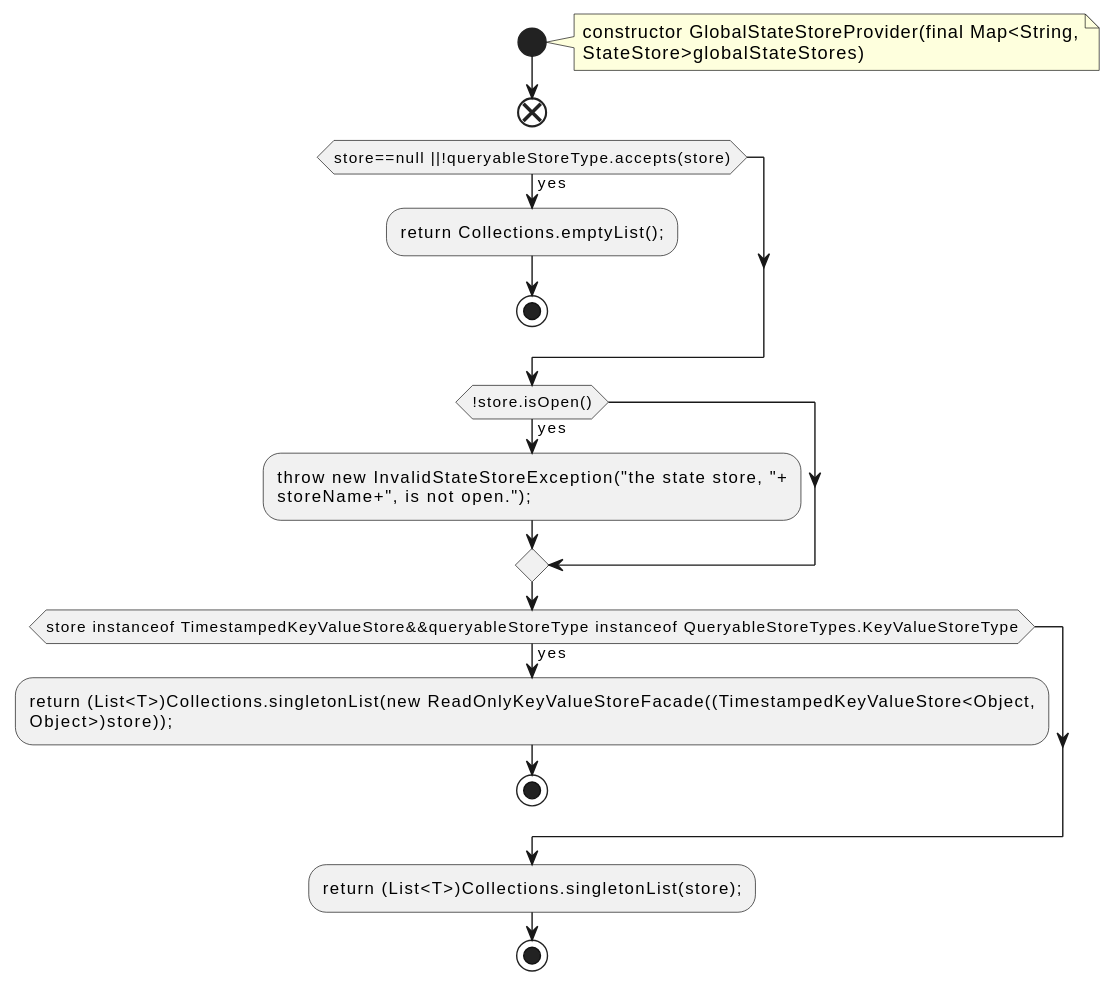
The PlantUML diagram docs/qc/streams/src/main/java/org/apache/kafka/streams/state/internals/GlobalStateStoreProvider.java.fct.svg in qualitesys/kafka, before a commit.
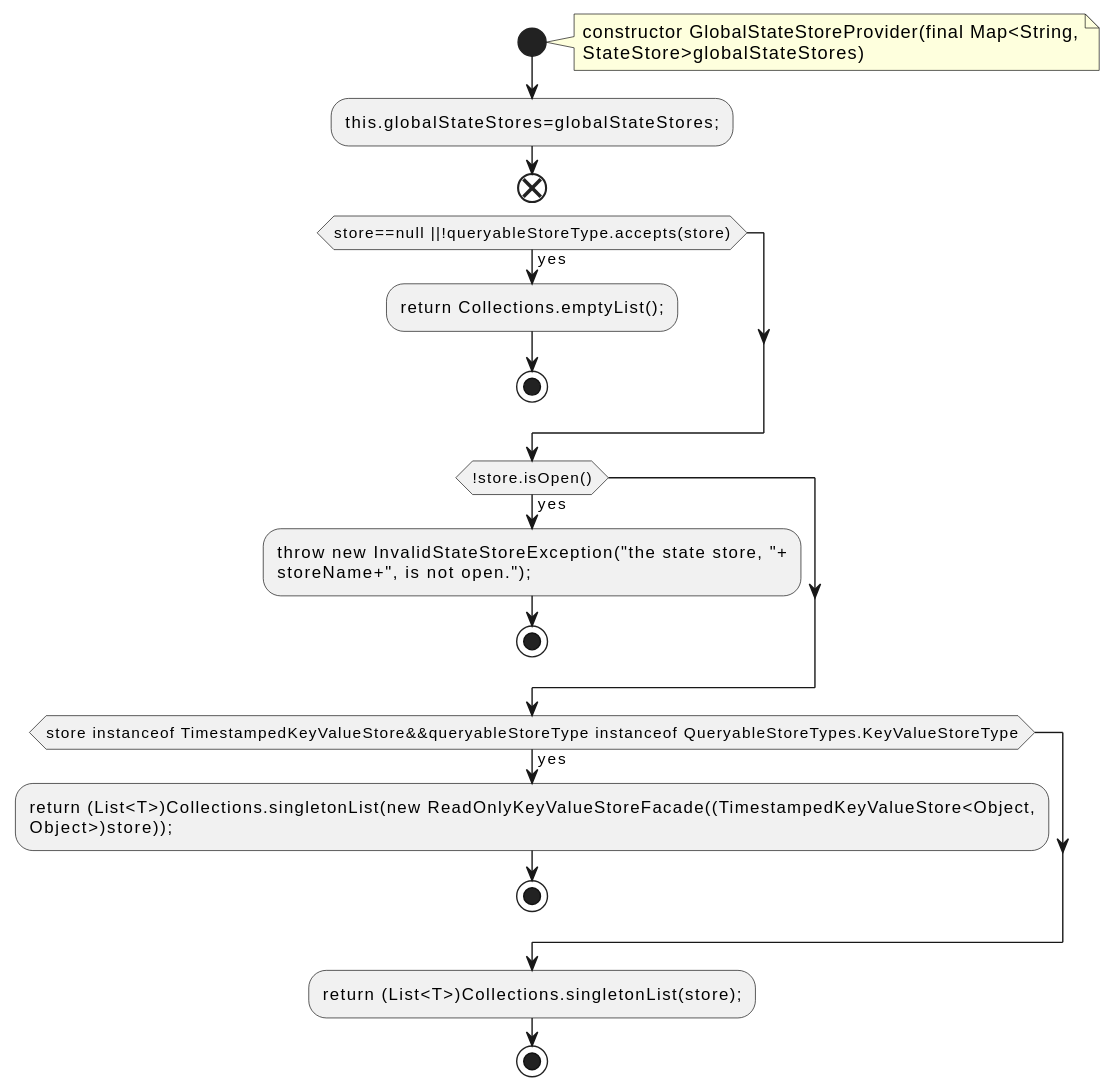
After the change.

What changed in the source:
```diff
@@ -5,6 +5,7 @@
 constructor GlobalStateStoreProvider(final Map<String,
 StateStore>globalStateStores)
 end note
+:this.globalStateStores=globalStateStores;;
 end
 if (store==null ||!queryableStoreType.accepts(store)) then (yes)
 :return Collections.emptyList();;
@@ -13,6 +14,7 @@
 if (!store.isOpen()) then (yes)
 :throw new InvalidStateStoreException("the state store, "+
 storeName+", is not open.");;
+stop
 endif
 if (store instanceof TimestampedKeyValueStore&&queryableStoreType instanceof QueryableStoreTypes.KeyValueStoreType) then (yes)
 :return (List<T>)Collections.singletonList(new ReadOnlyKeyValueStoreFacade((TimestampedKeyValueStore<Object,
```
